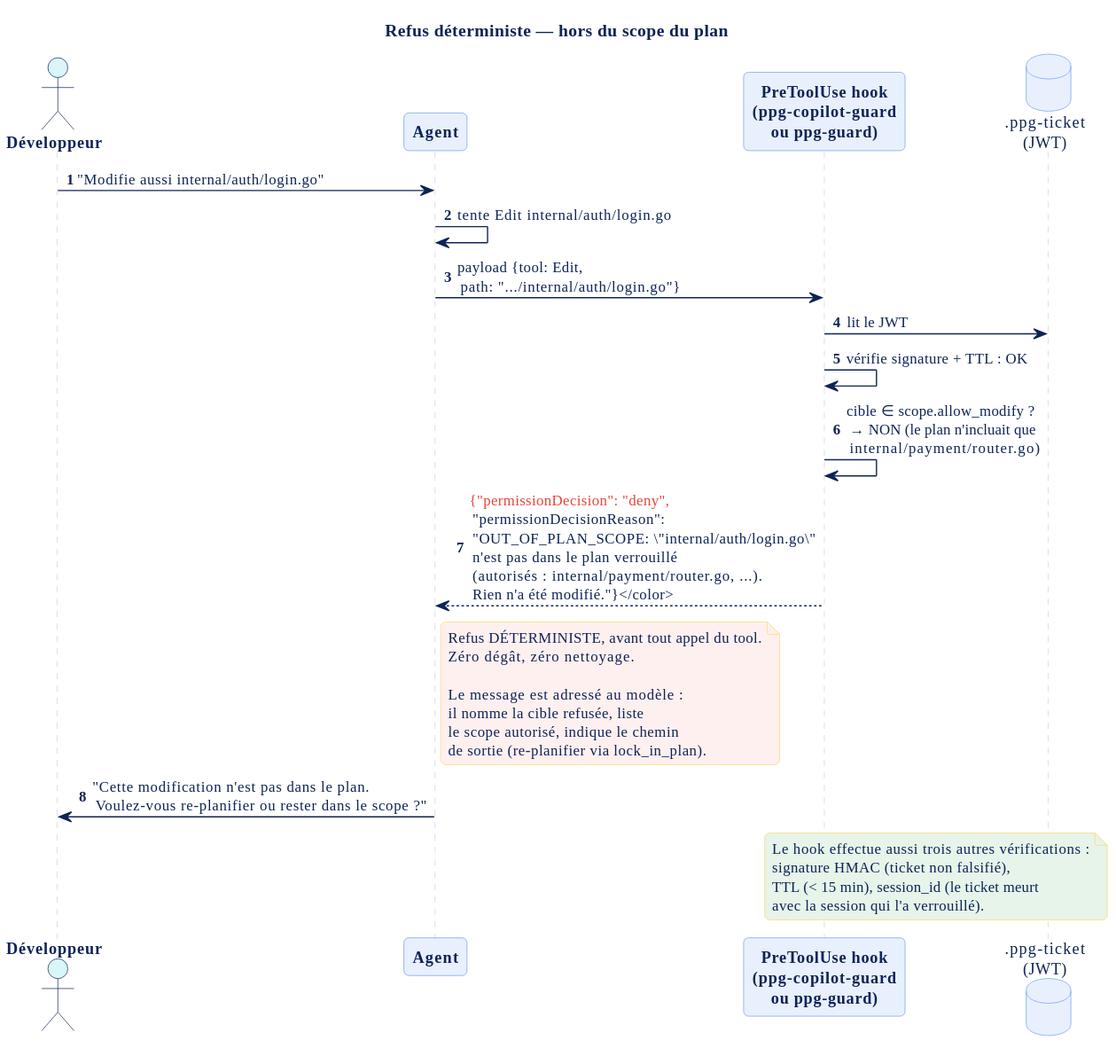
The PlantUML diagram documentation_french/diagrams/seq-refus-scope.svg in owulveryck/poc-agentic-platform, before a commit. Its diagram source:
```plantuml
@startuml
!include octo-theme.puml
autonumber

title Refus déterministe — hors du scope du plan

actor "Développeur" as Dev
participant "Agent" as Agent
participant "PreToolUse hook\n(ppg-copilot-guard\nou ppg-guard)" as Hook
database ".ppg-ticket\n(JWT)" as Ticket

Dev -> Agent : "Modifie aussi internal/auth/login.go"

Agent -> Agent : tente Edit internal/auth/login.go
Agent -> Hook : payload {tool: Edit,\n path: ".../internal/auth/login.go"}

Hook -> Ticket : lit le JWT
Hook -> Hook : vérifie signature + TTL : OK
Hook -> Hook : cible ∈ scope.allow_modify ?\n → NON (le plan n'incluait que\n internal/payment/router.go)

Hook --> Agent : <color:#EA4335>{"permissionDecision": "deny",\n "permissionDecisionReason":\n "OUT_OF_PLAN_SCOPE: \"internal/auth/login.go\"\n n'est pas dans le plan verrouillé\n (autorisés : internal/payment/router.go, ...).\n Rien n'a été modifié."}</color>

note right of Agent #FFF0F0
  Refus DÉTERMINISTE, avant tout appel du tool.
  Zéro dégât, zéro nettoyage.

  Le message est adressé au modèle :
  il nomme la cible refusée, liste
  le scope autorisé, indique le chemin
  de sortie (re-planifier via lock_in_plan).
end note

Agent -> Dev : "Cette modification n'est pas dans le plan.\n Voulez-vous re-planifier ou rester dans le scope ?"

note over Hook, Ticket #E6F4EA
  Le hook effectue aussi trois autres vérifications :
  signature HMAC (ticket non falsifié),
  TTL (< 15 min), session_id (le ticket meurt
  avec la session qui l'a verrouillé).
end note
@enduml
```
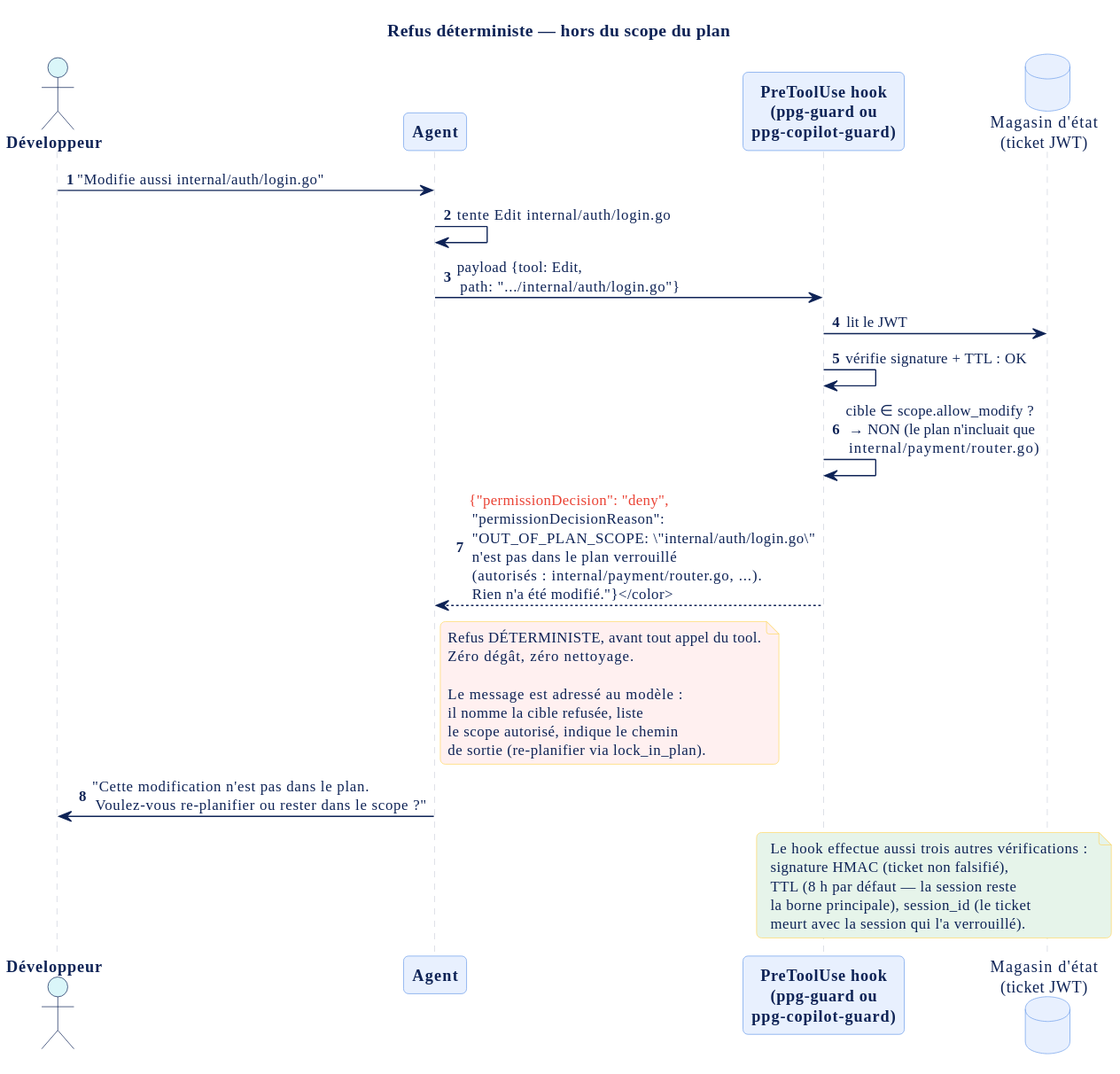
After the commit.

The edit, as a diff of the source:
```diff
@@ -6,8 +6,8 @@
 
 actor "Développeur" as Dev
 participant "Agent" as Agent
-participant "PreToolUse hook\n(ppg-copilot-guard\nou ppg-guard)" as Hook
-database ".ppg-ticket\n(JWT)" as Ticket
+participant "PreToolUse hook\n(ppg-guard ou\nppg-copilot-guard)" as Hook
+database "Magasin d'état\n(ticket JWT)" as Ticket
 
 Dev -> Agent : "Modifie aussi internal/auth/login.go"
 
@@ -35,7 +35,8 @@
 note over Hook, Ticket #E6F4EA
   Le hook effectue aussi trois autres vérifications :
   signature HMAC (ticket non falsifié),
-  TTL (< 15 min), session_id (le ticket meurt
-  avec la session qui l'a verrouillé).
+  TTL (8 h par défaut — la session reste
+  la borne principale), session_id (le ticket
+  meurt avec la session qui l'a verrouillé).
 end note
 @enduml
```
